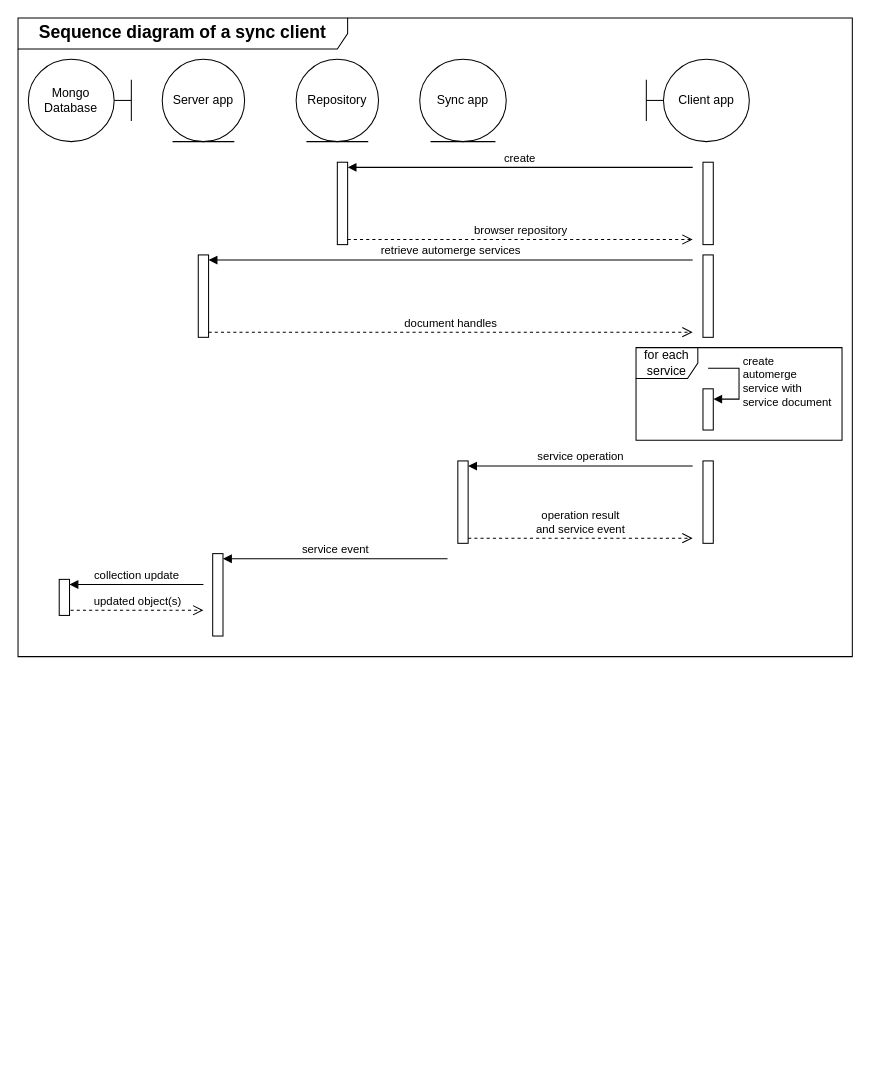
This is page "Sync client sequence diagram" (4 of 4) of diagram.drawio from kalisio/offline-sync, a draw.io file, before an edit. Source tidied: cells renumbered, new cells numbered last; positions are measured from the earlier drawing's top-left corner, leaving out a move shared by most shapes. Both pictures are drawn from the tidied source at 103%, with x=0, y=0 at pixel (18, 18).
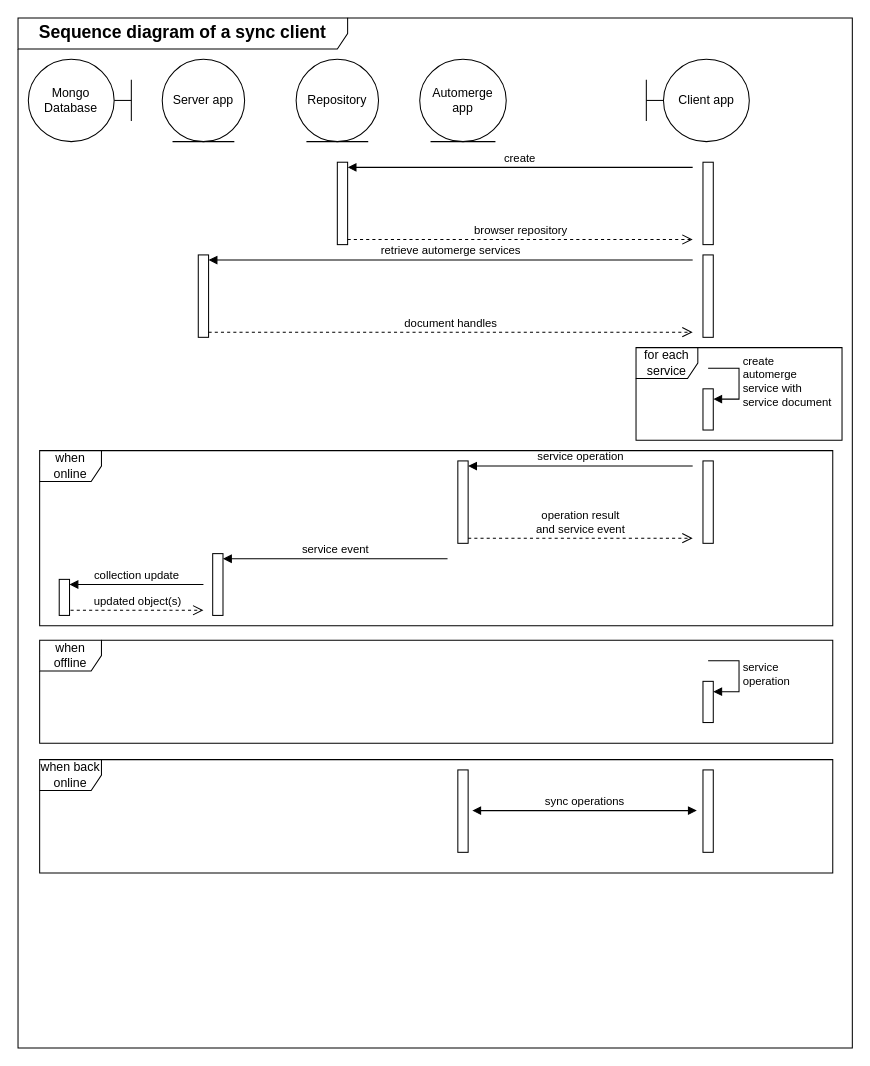
The same page after the edit.

What changed in the source:
```diff
@@
-    <mxCell id="3" value="Sync app" style="ellipse;shape=umlEntity;whiteSpace=wrap;html=1;" parent="1" vertex="1">
+    <mxCell id="3" value="Automerge&lt;div&gt;app&lt;/div&gt;" style="ellipse;shape=umlEntity;whiteSpace=wrap;html=1;" parent="1" vertex="1">
       <mxGeometry x="390" y="40" width="84" height="80" as="geometry" />
     </mxCell>
@@
     <mxCell id="21" style="html=1;points=[[0,0,0,0,5],[0,1,0,0,-5],[1,0,0,0,5],[1,1,0,0,-5]];perimeter=orthogonalPerimeter;outlineConnect=0;targetShapes=umlLifeline;portConstraint=eastwest;newEdgeStyle={&quot;curved&quot;:0,&quot;rounded&quot;:0};" parent="1" vertex="1">
-      <mxGeometry x="189" y="520" width="10" height="80" as="geometry" />
+      <mxGeometry x="189" y="520" width="10" height="60" as="geometry" />
     </mxCell>
@@
     <mxCell id="23" value="&lt;b&gt;&lt;font style=&quot;font-size: 17px;&quot;&gt;Sequence diagram of a sync client&lt;/font&gt;&lt;/b&gt;" style="shape=umlFrame;whiteSpace=wrap;html=1;width=320;height=30;" parent="1" vertex="1">
-      <mxGeometry width="810" height="620" as="geometry" />
+      <mxGeometry width="810" height="1000" as="geometry" />
     </mxCell>
@@
+    <mxCell id="28" value="when online" style="shape=umlFrame;whiteSpace=wrap;html=1;" parent="1" vertex="1">
+      <mxGeometry x="21" y="420" width="770" height="170" as="geometry" />
+    </mxCell>
+    <mxCell id="29" value="when offline" style="shape=umlFrame;whiteSpace=wrap;html=1;" parent="1" vertex="1">
+      <mxGeometry x="21" y="604" width="770" height="100" as="geometry" />
+    </mxCell>
+    <mxCell id="30" style="html=1;points=[[0,0,0,0,5],[0,1,0,0,-5],[1,0,0,0,5],[1,1,0,0,-5]];perimeter=orthogonalPerimeter;outlineConnect=0;targetShapes=umlLifeline;portConstraint=eastwest;newEdgeStyle={&quot;curved&quot;:0,&quot;rounded&quot;:0};" parent="1" vertex="1">
+      <mxGeometry x="665" y="644" width="10" height="40" as="geometry" />
+    </mxCell>
+    <mxCell id="31" value="&lt;span style=&quot;text-align: center;&quot;&gt;service&lt;/span&gt;&lt;div&gt;&lt;span style=&quot;text-align: center;&quot;&gt;operation&lt;/span&gt;&lt;/div&gt;" style="html=1;align=left;spacingLeft=2;endArrow=block;rounded=0;edgeStyle=orthogonalEdgeStyle;curved=0;rounded=0;" parent="1" edge="1" target="30">
+      <mxGeometry relative="1" as="geometry">
+        <mxPoint x="670" y="624" as="sourcePoint" />
+        <Array as="points">
+          <mxPoint x="700" y="654" />
+        </Array>
+      </mxGeometry>
+    </mxCell>
+    <mxCell id="32" style="html=1;perimeter=orthogonalPerimeter;targetShapes=umlLifeline;newEdgeStyle={&quot;curved&quot;:0,&quot;rounded&quot;:0};" parent="1" vertex="1">
+      <mxGeometry x="427" y="730" width="10" height="80" as="geometry" />
+    </mxCell>
+    <mxCell id="33" value="sync operations" style="html=1;verticalAlign=bottom;endArrow=block;curved=0;rounded=0;entryX=1;entryY=0;entryDx=0;entryDy=5;startArrow=block;startFill=1;" parent="1" edge="1">
+      <mxGeometry relative="1" as="geometry">
+        <mxPoint x="659" y="769.5" as="sourcePoint" />
+        <mxPoint x="441" y="769.5" as="targetPoint" />
+      </mxGeometry>
+    </mxCell>
+    <mxCell id="34" style="html=1;perimeter=orthogonalPerimeter;targetShapes=umlLifeline;newEdgeStyle={&quot;curved&quot;:0,&quot;rounded&quot;:0};" parent="1" vertex="1">
+      <mxGeometry x="665" y="730" width="10" height="80" as="geometry" />
+    </mxCell>
+    <mxCell id="35" value="when back online" style="shape=umlFrame;whiteSpace=wrap;html=1;" parent="1" vertex="1">
+      <mxGeometry x="21" y="720" width="770" height="110" as="geometry" />
+    </mxCell>
```
